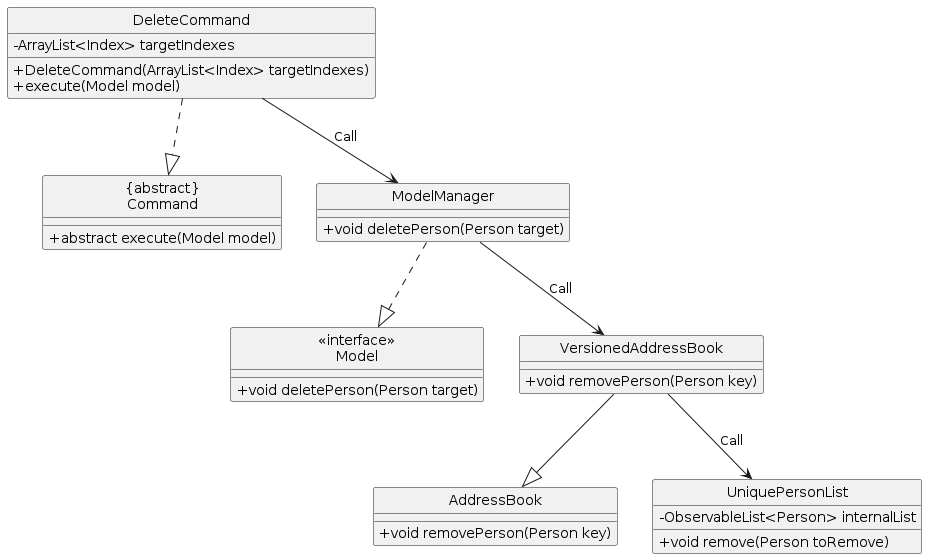
anselmlong/tp keeps this PlantUML diagram as diagrams/DeleteClassDiagram.png. Above is the earlier version. Its source is kept beside it as diagrams/DeleteClassDiagram.puml. The source it was exported from:
```plantuml
@startuml
hide circle
skinparam classAttributeIconSize 0
class DeleteCommand {
    - ArrayList<Index> targetIndexes
    + DeleteCommand(ArrayList<Index> targetIndexes)
    + execute(Model model)
}

class "<<interface>>\nModel" {
    + void deletePerson(Person target)
}

class "{abstract}\nCommand"{
    + abstract execute(Model model)
}

class ModelManager {
    + void deletePerson(Person target)
}

class AddressBook {
    + void removePerson(Person key)
}
class VersionedAddressBook {
    + void removePerson(Person key)
}

class UniquePersonList {
    - ObservableList<Person> internalList
    + void remove(Person toRemove)
}

DeleteCommand ..|> "{abstract}\nCommand"
ModelManager ..|> "<<interface>>\nModel"
DeleteCommand --> ModelManager :Call
ModelManager --> VersionedAddressBook :Call
VersionedAddressBook --> UniquePersonList :Call
VersionedAddressBook --|> AddressBook
@enduml
```
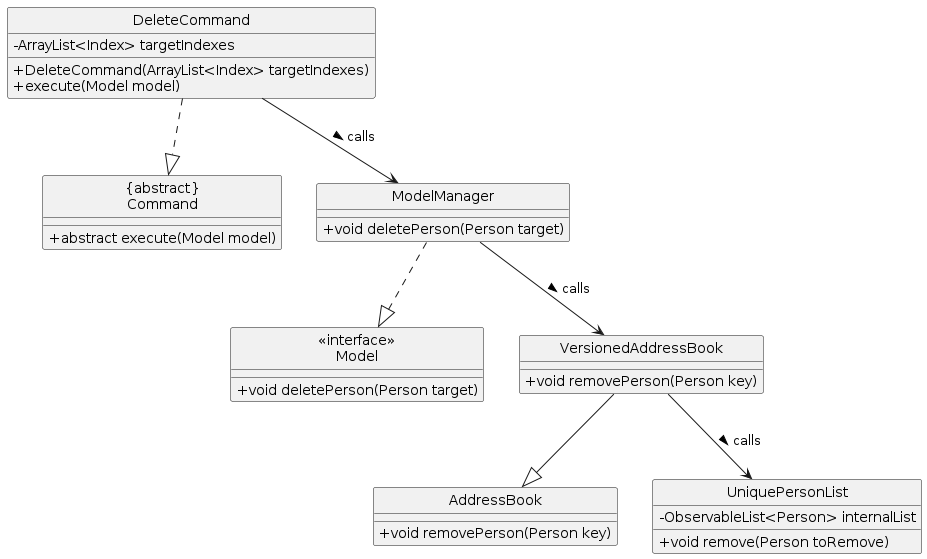
The same diagram one commit later.

The edit, as a diff of the source:
```diff
@@ -33,8 +33,8 @@
 
 DeleteCommand ..|> "{abstract}\nCommand"
 ModelManager ..|> "<<interface>>\nModel"
-DeleteCommand --> ModelManager :Call
-ModelManager --> VersionedAddressBook :Call
-VersionedAddressBook --> UniquePersonList :Call
+DeleteCommand --> ModelManager :calls >
+ModelManager --> VersionedAddressBook :calls >
+VersionedAddressBook --> UniquePersonList :calls >
 VersionedAddressBook --|> AddressBook
 @enduml
```
